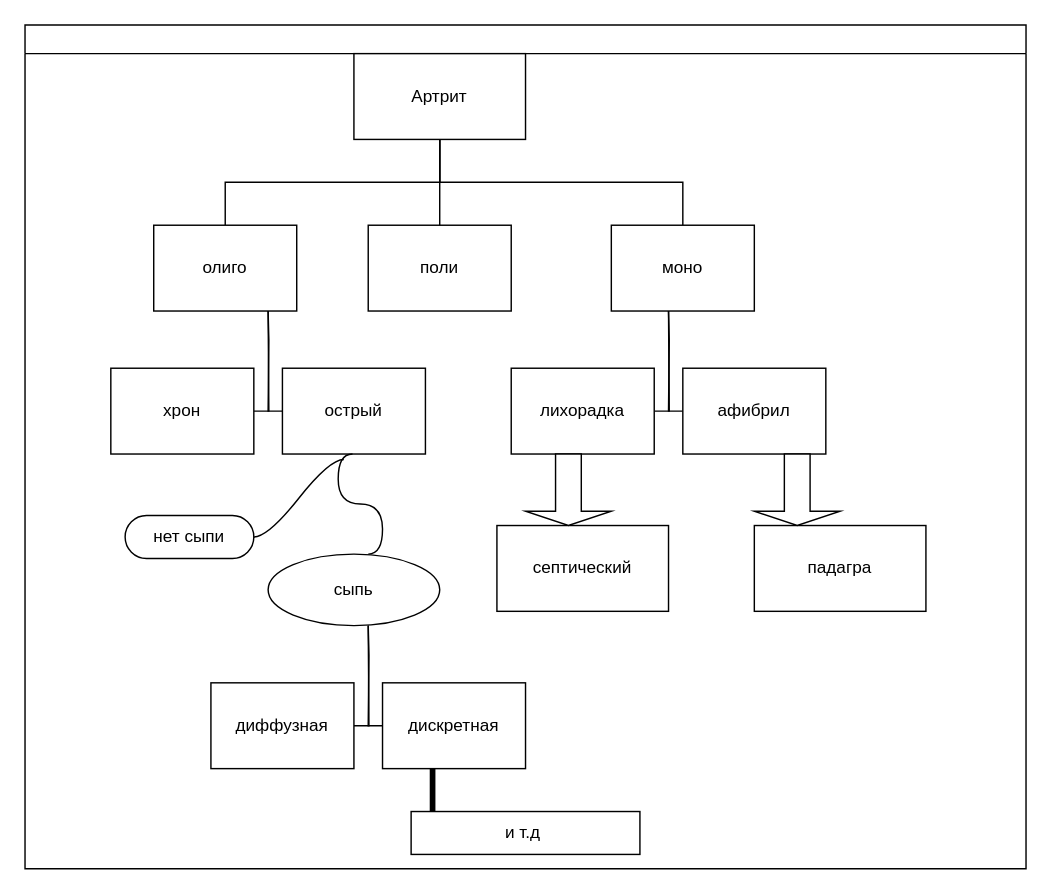
This is Untitled Diagram.drawio from lissa3/menubar, a draw.io file, before an edit. Source tidied: cells renumbered, new cells numbered last; positions are measured from the earlier drawing's top-left corner, leaving out a move shared by most shapes. Both pictures are drawn from the tidied source at 143%, with x=0, y=0 at pixel (24, 24).
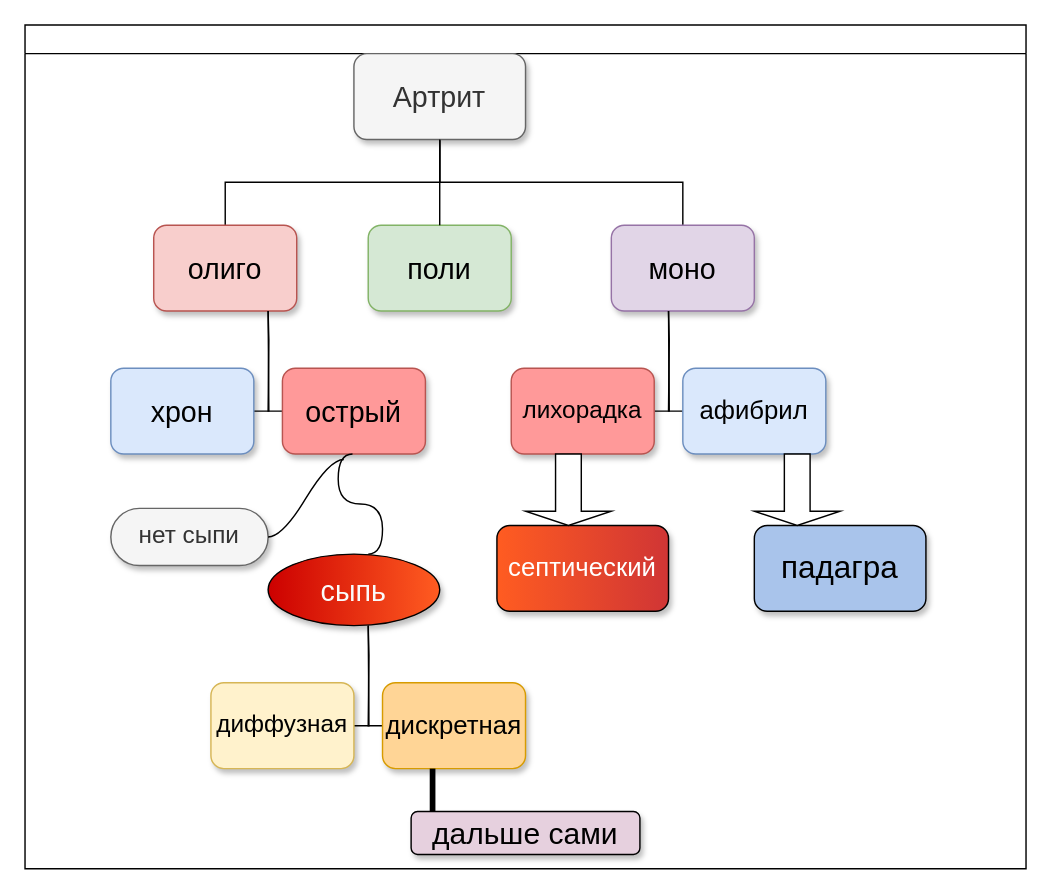
After the change.

Unchanged cells that the change refers to:
```xml
<mxCell id="2" style="swimlane;startSize=20;horizontal=1;containerType=tree;newEdgeStyle={&quot;edgeStyle&quot;:&quot;elbowEdgeStyle&quot;,&quot;startArrow&quot;:&quot;none&quot;,&quot;endArrow&quot;:&quot;none&quot;};" parent="1" vertex="1">
  <mxGeometry width="700" height="590" as="geometry" />
</mxCell>
```

Change to the diagram source:
```diff
@@
-    <mxCell id="5" value="Артрит" style="whiteSpace=wrap;html=1;align=center;newEdgeStyle={&quot;edgeStyle&quot;:&quot;elbowEdgeStyle&quot;,&quot;startArrow&quot;:&quot;none&quot;,&quot;endArrow&quot;:&quot;none&quot;};" parent="2" vertex="1">
+    <mxCell id="5" value="&lt;font style=&quot;font-size: 20px;&quot;&gt;Артрит&lt;/font&gt;" style="whiteSpace=wrap;html=1;align=center;newEdgeStyle={&quot;edgeStyle&quot;:&quot;elbowEdgeStyle&quot;,&quot;startArrow&quot;:&quot;none&quot;,&quot;endArrow&quot;:&quot;none&quot;};rounded=1;shadow=1;fillColor=#f5f5f5;fontColor=#333333;strokeColor=#666666;" parent="2" vertex="1">
       <mxGeometry x="230" y="20" width="120" height="60" as="geometry" />
     </mxCell>
-    <mxCell id="6" value="олиго" style="whiteSpace=wrap;html=1;align=center;verticalAlign=middle;newEdgeStyle={&quot;edgeStyle&quot;:&quot;elbowEdgeStyle&quot;,&quot;startArrow&quot;:&quot;none&quot;,&quot;endArrow&quot;:&quot;none&quot;};" parent="2" vertex="1">
+    <mxCell id="6" value="&lt;font style=&quot;font-size: 20px;&quot;&gt;олиго&lt;/font&gt;" style="whiteSpace=wrap;html=1;align=center;verticalAlign=middle;newEdgeStyle={&quot;edgeStyle&quot;:&quot;elbowEdgeStyle&quot;,&quot;startArrow&quot;:&quot;none&quot;,&quot;endArrow&quot;:&quot;none&quot;};fillColor=#f8cecc;strokeColor=#b85450;rounded=1;shadow=1;" parent="2" vertex="1">
       <mxGeometry x="90" y="140" width="100" height="60" as="geometry" />
     </mxCell>
-    <mxCell id="7" value="моно" style="whiteSpace=wrap;html=1;align=center;verticalAlign=middle;newEdgeStyle={&quot;edgeStyle&quot;:&quot;elbowEdgeStyle&quot;,&quot;startArrow&quot;:&quot;none&quot;,&quot;endArrow&quot;:&quot;none&quot;};" parent="2" vertex="1">
+    <mxCell id="7" value="&lt;font style=&quot;font-size: 20px;&quot;&gt;моно&lt;/font&gt;" style="whiteSpace=wrap;html=1;align=center;verticalAlign=middle;newEdgeStyle={&quot;edgeStyle&quot;:&quot;elbowEdgeStyle&quot;,&quot;startArrow&quot;:&quot;none&quot;,&quot;endArrow&quot;:&quot;none&quot;};fillColor=#e1d5e7;strokeColor=#9673a6;rounded=1;shadow=1;" parent="2" vertex="1">
       <mxGeometry x="410" y="140" width="100" height="60" as="geometry" />
     </mxCell>
-    <mxCell id="8" value="поли" style="whiteSpace=wrap;html=1;align=center;verticalAlign=middle;newEdgeStyle={&quot;edgeStyle&quot;:&quot;elbowEdgeStyle&quot;,&quot;startArrow&quot;:&quot;none&quot;,&quot;endArrow&quot;:&quot;none&quot;};" parent="2" vertex="1">
+    <mxCell id="8" value="&lt;font style=&quot;font-size: 20px;&quot;&gt;поли&lt;/font&gt;" style="whiteSpace=wrap;html=1;align=center;verticalAlign=middle;newEdgeStyle={&quot;edgeStyle&quot;:&quot;elbowEdgeStyle&quot;,&quot;startArrow&quot;:&quot;none&quot;,&quot;endArrow&quot;:&quot;none&quot;};fillColor=#d5e8d4;strokeColor=#82b366;rounded=1;shadow=1;" parent="2" vertex="1">
       <mxGeometry x="240" y="140" width="100" height="60" as="geometry" />
     </mxCell>
@@
-    <mxCell id="12" value="лихорадка" style="whiteSpace=wrap;html=1;align=center;verticalAlign=middle;" parent="2" vertex="1">
+    <mxCell id="12" value="&lt;font style=&quot;font-size: 17px;&quot;&gt;лихорадка&lt;/font&gt;" style="whiteSpace=wrap;html=1;align=center;verticalAlign=middle;fillColor=#FF9999;strokeColor=#b85450;glass=0;rounded=1;shadow=1;" parent="2" vertex="1">
       <mxGeometry x="340" y="240" width="100" height="60" as="geometry" />
     </mxCell>
-    <mxCell id="13" value="афибрил" style="whiteSpace=wrap;html=1;align=center;verticalAlign=middle;" parent="2" vertex="1">
+    <mxCell id="13" value="&lt;font style=&quot;font-size: 18px;&quot;&gt;афибрил&lt;/font&gt;" style="whiteSpace=wrap;html=1;align=center;verticalAlign=middle;fillColor=#dae8fc;strokeColor=#6c8ebf;rounded=1;glass=0;shadow=1;" parent="2" vertex="1">
       <mxGeometry x="460" y="240" width="100" height="60" as="geometry" />
     </mxCell>
@@
-    <mxCell id="16" value="хрон" style="whiteSpace=wrap;html=1;align=center;verticalAlign=middle;" parent="2" vertex="1">
+    <mxCell id="16" value="&lt;font style=&quot;font-size: 20px;&quot;&gt;хрон&lt;/font&gt;" style="whiteSpace=wrap;html=1;align=center;verticalAlign=middle;fillColor=#dae8fc;strokeColor=#6c8ebf;rounded=1;glass=0;shadow=1;" parent="2" vertex="1">
       <mxGeometry x="60" y="240" width="100" height="60" as="geometry" />
     </mxCell>
-    <mxCell id="17" value="острый" style="whiteSpace=wrap;html=1;align=center;verticalAlign=middle;" parent="2" vertex="1">
+    <mxCell id="17" value="&lt;font style=&quot;font-size: 20px;&quot;&gt;острый&lt;/font&gt;" style="whiteSpace=wrap;html=1;align=center;verticalAlign=middle;fillColor=#FF9999;strokeColor=#b85450;rounded=1;glass=0;shadow=1;" parent="2" vertex="1">
       <mxGeometry x="180" y="240" width="100" height="60" as="geometry" />
     </mxCell>
-    <mxCell id="18" value="септический" style="whiteSpace=wrap;html=1;align=center;newEdgeStyle={&quot;edgeStyle&quot;:&quot;elbowEdgeStyle&quot;,&quot;startArrow&quot;:&quot;none&quot;,&quot;endArrow&quot;:&quot;none&quot;};" parent="2" vertex="1">
+    <mxCell id="18" value="&lt;font color=&quot;#ffffff&quot; style=&quot;font-size: 18px;&quot;&gt;септический&lt;/font&gt;" style="whiteSpace=wrap;html=1;align=center;newEdgeStyle={&quot;edgeStyle&quot;:&quot;elbowEdgeStyle&quot;,&quot;startArrow&quot;:&quot;none&quot;,&quot;endArrow&quot;:&quot;none&quot;};fillColor=#d03535;gradientColor=#FF5C21;gradientDirection=west;rounded=1;shadow=1;" parent="2" vertex="1">
       <mxGeometry x="330" y="350" width="120" height="60" as="geometry" />
     </mxCell>
-    <mxCell id="19" value="падагра" style="whiteSpace=wrap;html=1;align=center;newEdgeStyle={&quot;edgeStyle&quot;:&quot;elbowEdgeStyle&quot;,&quot;startArrow&quot;:&quot;none&quot;,&quot;endArrow&quot;:&quot;none&quot;};" parent="2" vertex="1">
+    <mxCell id="19" value="&lt;font style=&quot;font-size: 22px;&quot;&gt;падагра&lt;/font&gt;" style="whiteSpace=wrap;html=1;align=center;newEdgeStyle={&quot;edgeStyle&quot;:&quot;elbowEdgeStyle&quot;,&quot;startArrow&quot;:&quot;none&quot;,&quot;endArrow&quot;:&quot;none&quot;};fillColor=#A9C4EB;rounded=1;shadow=1;" parent="2" vertex="1">
       <mxGeometry x="510" y="350" width="120" height="60" as="geometry" />
     </mxCell>
@@
-    <mxCell id="22" value="нет сыпи" style="whiteSpace=wrap;html=1;rounded=1;arcSize=50;align=center;verticalAlign=middle;strokeWidth=1;spacing=4;newEdgeStyle={&quot;edgeStyle&quot;:&quot;entityRelationEdgeStyle&quot;,&quot;startArrow&quot;:&quot;none&quot;,&quot;endArrow&quot;:&quot;none&quot;,&quot;segment&quot;:10,&quot;curved&quot;:1,&quot;sourcePerimeterSpacing&quot;:0,&quot;targetPerimeterSpacing&quot;:0};" parent="2" vertex="1">
-      <mxGeometry x="70" y="343" width="90" height="30" as="geometry" />
+    <mxCell id="22" value="&lt;font style=&quot;font-size: 17px;&quot;&gt;нет сыпи&lt;/font&gt;" style="whiteSpace=wrap;html=1;rounded=1;arcSize=50;align=center;verticalAlign=middle;strokeWidth=1;spacing=4;newEdgeStyle={&quot;edgeStyle&quot;:&quot;entityRelationEdgeStyle&quot;,&quot;startArrow&quot;:&quot;none&quot;,&quot;endArrow&quot;:&quot;none&quot;,&quot;segment&quot;:10,&quot;curved&quot;:1,&quot;sourcePerimeterSpacing&quot;:0,&quot;targetPerimeterSpacing&quot;:0};fillColor=#f5f5f5;fontColor=#333333;strokeColor=#666666;shadow=1;" parent="2" vertex="1">
+      <mxGeometry x="60" y="338" width="110" height="40" as="geometry" />
     </mxCell>
@@
-    <mxCell id="25" value="сыпь" style="ellipse;whiteSpace=wrap;html=1;" parent="2" vertex="1">
+    <mxCell id="25" value="&lt;font color=&quot;#fafafa&quot; style=&quot;font-size: 20px;&quot;&gt;сыпь&lt;/font&gt;" style="ellipse;whiteSpace=wrap;html=1;fillColor=#FF5C21;gradientColor=#CC0000;gradientDirection=west;shadow=1;" parent="2" vertex="1">
       <mxGeometry x="170" y="370" width="120" height="50" as="geometry" />
     </mxCell>
@@
-    <mxCell id="28" value="диффузная" style="whiteSpace=wrap;html=1;align=center;verticalAlign=middle;" parent="2" vertex="1">
+    <mxCell id="28" value="&lt;font style=&quot;font-size: 17px;&quot;&gt;диффузная&lt;/font&gt;" style="whiteSpace=wrap;html=1;align=center;verticalAlign=middle;fillColor=#fff2cc;strokeColor=#d6b656;rounded=1;shadow=1;" parent="2" vertex="1">
       <mxGeometry x="130" y="460" width="100" height="60" as="geometry" />
     </mxCell>
-    <mxCell id="29" value="дискретная" style="whiteSpace=wrap;html=1;align=center;verticalAlign=middle;" parent="2" vertex="1">
+    <mxCell id="29" value="&lt;font style=&quot;font-size: 18px;&quot;&gt;дискретная&lt;/font&gt;" style="whiteSpace=wrap;html=1;align=center;verticalAlign=middle;fillColor=#FFD596;strokeColor=#d79b00;rounded=1;shadow=1;" parent="2" vertex="1">
       <mxGeometry x="250" y="460" width="100" height="60" as="geometry" />
     </mxCell>
@@
-    <mxCell id="31" value="и т.д&amp;nbsp;" style="html=1;whiteSpace=wrap;" parent="1" vertex="1">
+    <mxCell id="31" value="&lt;span style=&quot;font-size: 21px;&quot;&gt;дальше сами&lt;/span&gt;" style="html=1;whiteSpace=wrap;fillColor=#E6D0DE;rounded=1;shadow=1;" parent="1" vertex="1">
       <mxGeometry x="270" y="550" width="160" height="30" as="geometry" />
     </mxCell>
```
